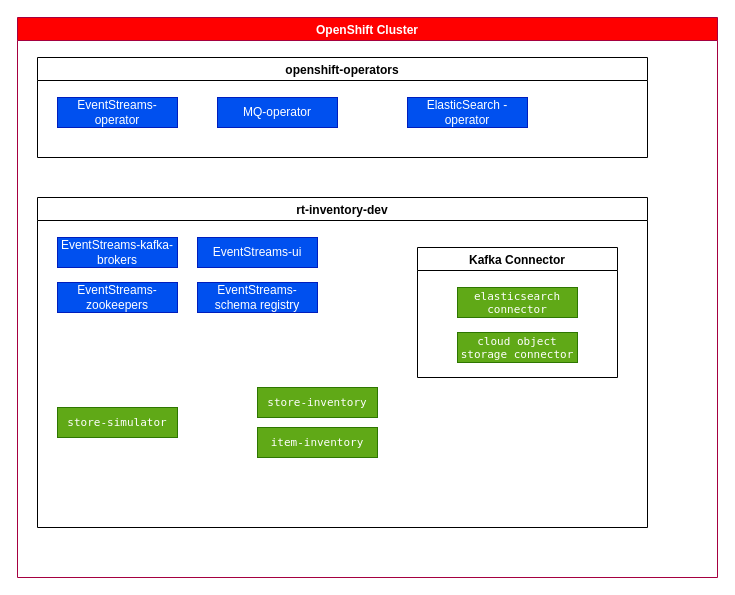
The draw.io diagram docs/diagrams/hl-view.drawio in ibm-cloud-architecture/eda-rt-inventory-gitops, before the edit. Source tidied: cells renumbered, new cells numbered last; positions are measured from the earlier drawing's top-left corner, leaving out a move shared by most shapes. Both pictures are drawn from the tidied source at 100%, with x=0, y=0 at pixel (17, 17).
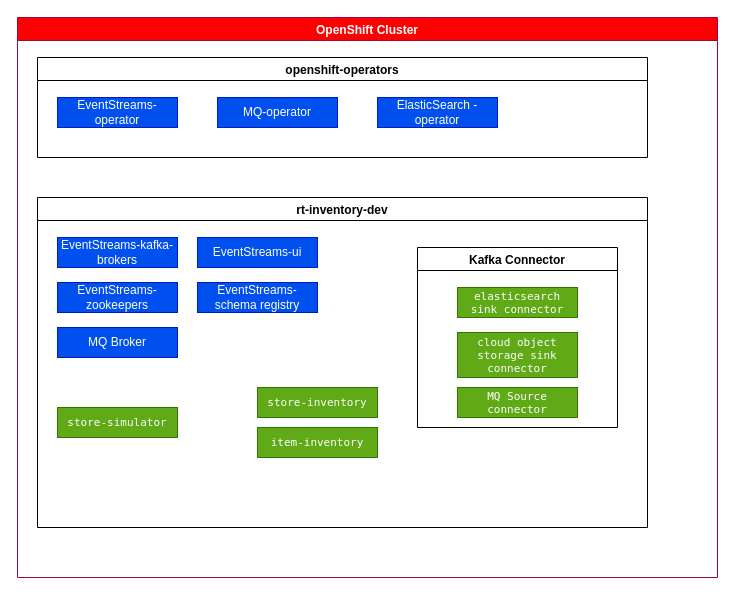
The same diagram, later.

The edit, as a diff of the source:
```diff
@@
 <mxGraphModel>
   <root>
     <mxCell id="0" />
     <mxCell id="1" parent="0" />
     <mxCell id="2" value="OpenShift Cluster" style="swimlane;fillColor=#FF0000;fontColor=#ffffff;strokeColor=#A50040;" parent="1" vertex="1">
       <mxGeometry width="700" height="560" as="geometry" />
     </mxCell>
     <mxCell id="3" value="openshift-operators" style="swimlane;" parent="2" vertex="1">
       <mxGeometry x="20" y="40" width="610" height="100" as="geometry" />
     </mxCell>
     <mxCell id="4" value="EventStreams-operator" style="rounded=0;whiteSpace=wrap;html=1;fillColor=#0050ef;fontColor=#ffffff;strokeColor=#001DBC;" parent="3" vertex="1">
       <mxGeometry x="20" y="40" width="120" height="30" as="geometry" />
     </mxCell>
     <mxCell id="5" value="MQ-operator" style="rounded=0;whiteSpace=wrap;html=1;fillColor=#0050ef;fontColor=#ffffff;strokeColor=#001DBC;" parent="3" vertex="1">
       <mxGeometry x="180" y="40" width="120" height="30" as="geometry" />
     </mxCell>
     <mxCell id="6" value="ElasticSearch -operator" style="rounded=0;whiteSpace=wrap;html=1;fillColor=#0050ef;fontColor=#ffffff;strokeColor=#001DBC;" parent="3" vertex="1">
-      <mxGeometry x="370" y="40" width="120" height="30" as="geometry" />
+      <mxGeometry x="340" y="40" width="120" height="30" as="geometry" />
     </mxCell>
     <mxCell id="7" value="rt-inventory-dev" style="swimlane;" parent="2" vertex="1">
       <mxGeometry x="20" y="180" width="610" height="330" as="geometry" />
     </mxCell>
     <mxCell id="8" value="EventStreams-kafka-brokers" style="rounded=0;whiteSpace=wrap;html=1;fillColor=#0050ef;fontColor=#ffffff;strokeColor=#001DBC;" parent="7" vertex="1">
       <mxGeometry x="20" y="40" width="120" height="30" as="geometry" />
     </mxCell>
     <mxCell id="9" value="EventStreams-zookeepers" style="rounded=0;whiteSpace=wrap;html=1;fillColor=#0050ef;fontColor=#ffffff;strokeColor=#001DBC;" parent="7" vertex="1">
       <mxGeometry x="20" y="85" width="120" height="30" as="geometry" />
     </mxCell>
     <mxCell id="10" value="&lt;p class=&quot;p1&quot; style=&quot;margin: 0px; font-stretch: normal; font-size: 11px; line-height: normal; font-family: menlo;&quot;&gt;&lt;span class=&quot;s1&quot;&gt;item-inventory&lt;/span&gt;&lt;/p&gt;" style="rounded=0;whiteSpace=wrap;html=1;fillColor=#60a917;fontColor=#FFFFFF;strokeColor=#2D7600;" parent="7" vertex="1">
       <mxGeometry x="220" y="230" width="120" height="30" as="geometry" />
     </mxCell>
     <mxCell id="11" value="&lt;p class=&quot;p1&quot; style=&quot;margin: 0px ; font-stretch: normal ; font-size: 11px ; line-height: normal ; font-family: &amp;#34;menlo&amp;#34;&quot;&gt;&lt;span class=&quot;s1&quot;&gt;store-inventory&lt;/span&gt;&lt;/p&gt;" style="rounded=0;whiteSpace=wrap;html=1;fillColor=#60a917;fontColor=#FFFFFF;strokeColor=#2D7600;" parent="7" vertex="1">
       <mxGeometry x="220" y="190" width="120" height="30" as="geometry" />
     </mxCell>
     <mxCell id="12" value="&lt;p class=&quot;p1&quot; style=&quot;margin: 0px ; font-stretch: normal ; font-size: 11px ; line-height: normal ; font-family: &amp;#34;menlo&amp;#34;&quot;&gt;&lt;span class=&quot;s1&quot;&gt;store-simulator&lt;/span&gt;&lt;/p&gt;" style="rounded=0;whiteSpace=wrap;html=1;fillColor=#60a917;fontColor=#FFFFFF;strokeColor=#2D7600;" parent="7" vertex="1">
       <mxGeometry x="20" y="210" width="120" height="30" as="geometry" />
     </mxCell>
     <mxCell id="13" value="EventStreams-ui" style="rounded=0;whiteSpace=wrap;html=1;fillColor=#0050ef;fontColor=#ffffff;strokeColor=#001DBC;" parent="7" vertex="1">
       <mxGeometry x="160" y="40" width="120" height="30" as="geometry" />
     </mxCell>
     <mxCell id="14" value="EventStreams-schema registry" style="rounded=0;whiteSpace=wrap;html=1;fillColor=#0050ef;fontColor=#ffffff;strokeColor=#001DBC;" parent="7" vertex="1">
       <mxGeometry x="160" y="85" width="120" height="30" as="geometry" />
     </mxCell>
     <mxCell id="15" value="Kafka Connector" style="swimlane;" parent="7" vertex="1">
-      <mxGeometry x="380" y="50" width="200" height="130" as="geometry" />
+      <mxGeometry x="380" y="50" width="200" height="180" as="geometry" />
     </mxCell>
-    <mxCell id="16" value="&lt;p class=&quot;p1&quot; style=&quot;margin: 0px ; font-stretch: normal ; font-size: 11px ; line-height: normal ; font-family: &amp;#34;menlo&amp;#34;&quot;&gt;&lt;span class=&quot;s1&quot;&gt;elasticsearch connector&lt;/span&gt;&lt;/p&gt;" style="rounded=0;whiteSpace=wrap;html=1;fillColor=#60a917;fontColor=#FFFFFF;strokeColor=#2D7600;" parent="15" vertex="1">
+    <mxCell id="16" value="&lt;p class=&quot;p1&quot; style=&quot;margin: 0px ; font-stretch: normal ; font-size: 11px ; line-height: normal ; font-family: &amp;#34;menlo&amp;#34;&quot;&gt;&lt;span class=&quot;s1&quot;&gt;elasticsearch sink connector&lt;/span&gt;&lt;/p&gt;" style="rounded=0;whiteSpace=wrap;html=1;fillColor=#60a917;fontColor=#FFFFFF;strokeColor=#2D7600;" parent="15" vertex="1">
       <mxGeometry x="40" y="40" width="120" height="30" as="geometry" />
     </mxCell>
-    <mxCell id="17" value="&lt;p class=&quot;p1&quot; style=&quot;margin: 0px ; font-stretch: normal ; font-size: 11px ; line-height: normal ; font-family: &amp;#34;menlo&amp;#34;&quot;&gt;&lt;span class=&quot;s1&quot;&gt;cloud object storage connector&lt;/span&gt;&lt;/p&gt;" style="rounded=0;whiteSpace=wrap;html=1;fillColor=#60a917;fontColor=#FFFFFF;strokeColor=#2D7600;" parent="15" vertex="1">
-      <mxGeometry x="40" y="85" width="120" height="30" as="geometry" />
+    <mxCell id="17" value="&lt;p class=&quot;p1&quot; style=&quot;margin: 0px ; font-stretch: normal ; font-size: 11px ; line-height: normal ; font-family: &amp;#34;menlo&amp;#34;&quot;&gt;&lt;span class=&quot;s1&quot;&gt;cloud object storage sink connector&lt;/span&gt;&lt;/p&gt;" style="rounded=0;whiteSpace=wrap;html=1;fillColor=#60a917;fontColor=#FFFFFF;strokeColor=#2D7600;" parent="15" vertex="1">
+      <mxGeometry x="40" y="85" width="120" height="45" as="geometry" />
     </mxCell>
+    <mxCell id="18" value="&lt;p class=&quot;p1&quot; style=&quot;margin: 0px ; font-stretch: normal ; font-size: 11px ; line-height: normal ; font-family: &amp;#34;menlo&amp;#34;&quot;&gt;&lt;span class=&quot;s1&quot;&gt;MQ Source connector&lt;/span&gt;&lt;/p&gt;" style="rounded=0;whiteSpace=wrap;html=1;fillColor=#60a917;fontColor=#FFFFFF;strokeColor=#2D7600;" parent="15" vertex="1">
+      <mxGeometry x="40" y="140" width="120" height="30" as="geometry" />
+    </mxCell>
+    <mxCell id="19" value="MQ Broker" style="rounded=0;whiteSpace=wrap;html=1;fillColor=#0050ef;fontColor=#ffffff;strokeColor=#001DBC;" parent="7" vertex="1">
+      <mxGeometry x="20" y="130" width="120" height="30" as="geometry" />
+    </mxCell>
   </root>
 </mxGraphModel>
```
